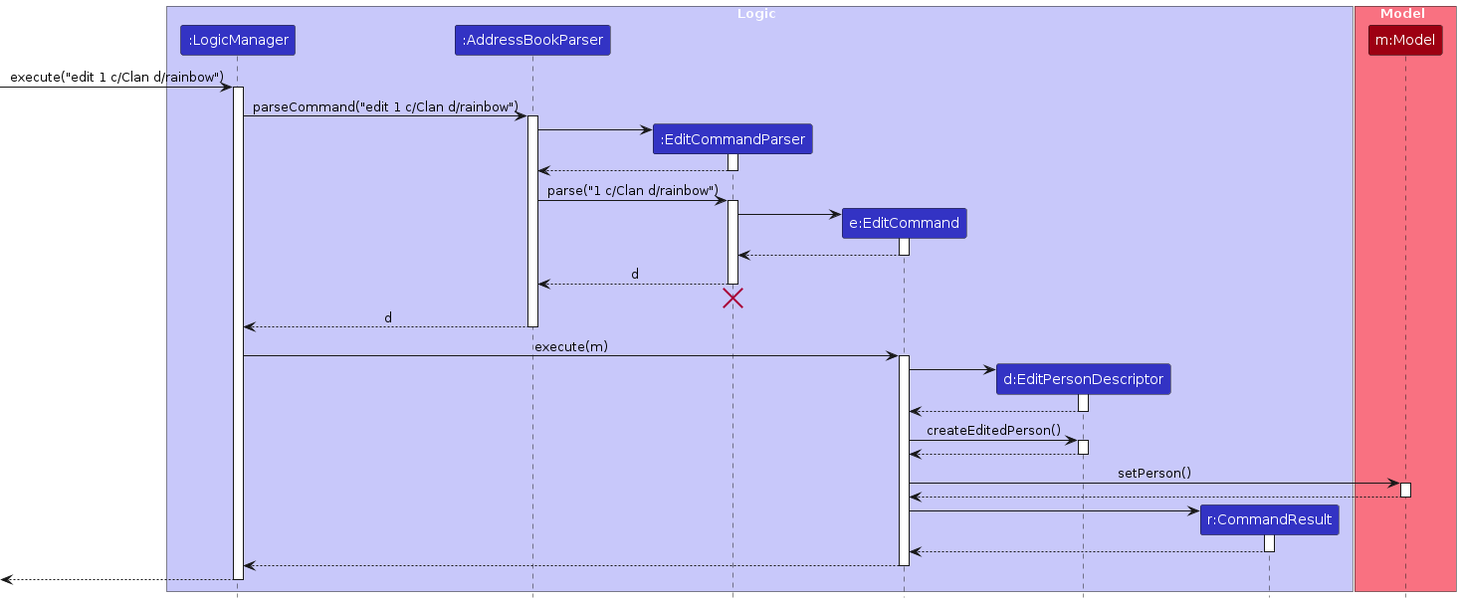
Above: diagrams/EditSequenceDiagram.png in HongRay/tp (PlantUML), before the change. Its source is kept beside it as diagrams/EditSequenceDiagram.puml.
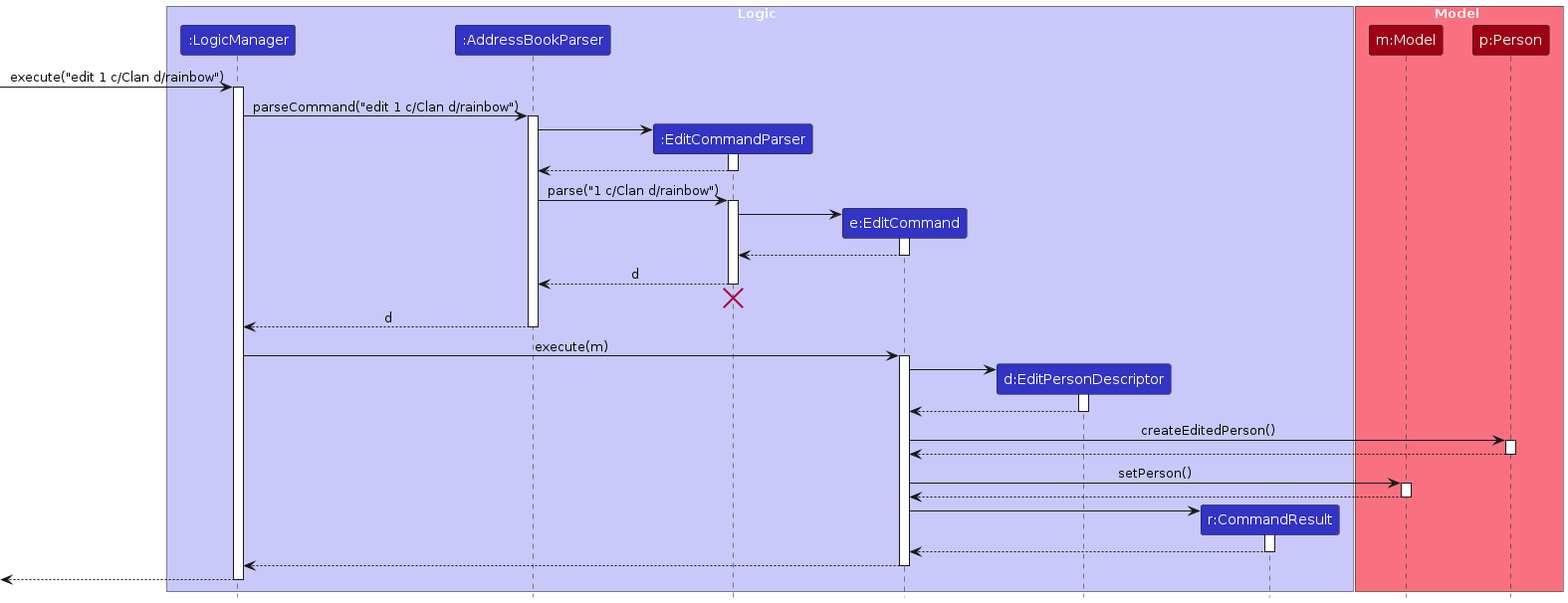
The same diagram one commit later.

Change to the diagram source:
```diff
@@ -13,6 +13,7 @@
 
 box Model MODEL_COLOR_T1
 participant "m:Model" as Model MODEL_COLOR
+participant "p:Person" as Person MODEL_COLOR
 end box
 
 [-> LogicManager : execute("edit 1 c/Clan d/rainbow")
@@ -56,11 +57,12 @@
 EditPersonDescriptor --> EditCommand
 deactivate EditPersonDescriptor
 
-EditCommand -> EditPersonDescriptor : createEditedPerson()
-activate EditPersonDescriptor
 
-EditPersonDescriptor --> EditCommand
-deactivate EditPersonDescriptor
+EditCommand -> Person : createEditedPerson()
+activate Person
+
+Person --> EditCommand
+deactivate Person
 
 EditCommand -> Model : setPerson()
 activate Model
```
